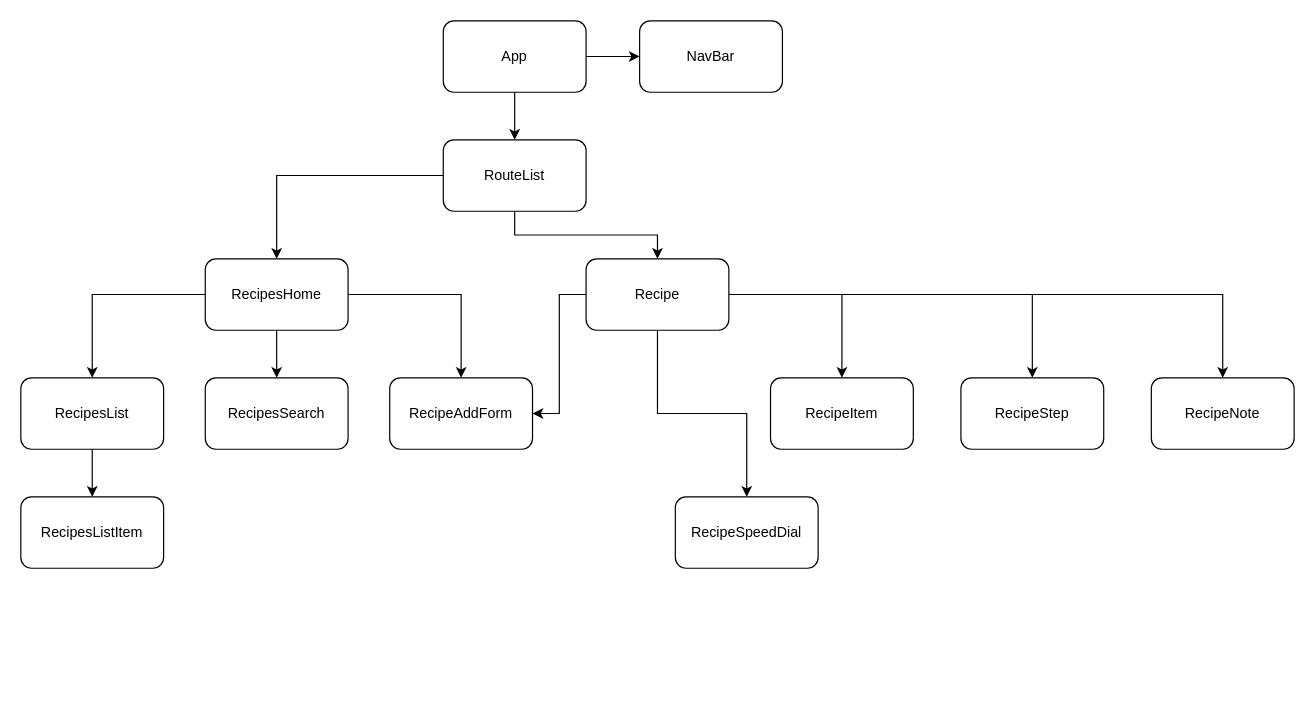
This is Untitled Diagram.drawio from nico-martinucci/recipeats-react, a draw.io file, before an edit. Source tidied: cells renumbered, new cells numbered last; positions are measured from the earlier drawing's top-left corner, leaving out a move shared by most shapes. Both pictures are drawn from the tidied source at 119%, with x=0, y=0 at pixel (20, 20).
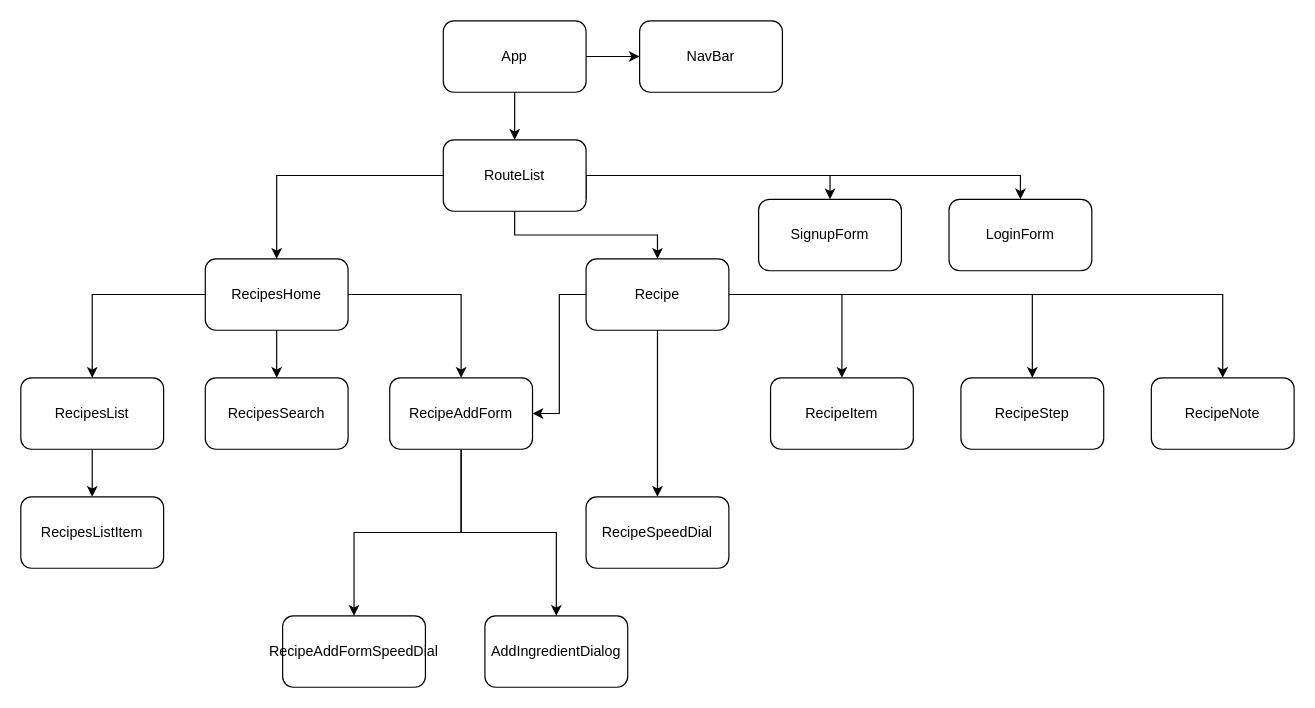
The same diagram, later.

Commit message:
add signup and login form compopnents

Unchanged cells that the change refers to:
```xml
<mxCell id="7" value="RouteList" style="rounded=1;whiteSpace=wrap;html=1;" parent="1" vertex="1">
  <mxGeometry x="355" y="100" width="120" height="60" as="geometry" />
</mxCell>
<mxCell id="21" value="RecipeAddForm" style="rounded=1;whiteSpace=wrap;html=1;" parent="1" vertex="1">
  <mxGeometry x="310" y="300" width="120" height="60" as="geometry" />
</mxCell>
```

What changed in the source:
```diff
@@
+    <mxCell id="28" style="edgeStyle=orthogonalEdgeStyle;rounded=0;jettySize=auto;html=1;entryX=0.5;entryY=0;entryDx=0;entryDy=0;" parent="1" edge="1" source="7" target="34">
+      <mxGeometry relative="1" as="geometry" />
+    </mxCell>
+    <mxCell id="29" style="edgeStyle=orthogonalEdgeStyle;rounded=0;jettySize=auto;html=1;entryX=0.5;entryY=0;entryDx=0;entryDy=0;" parent="1" edge="1" target="35">
+      <mxGeometry relative="1" as="geometry">
+        <mxPoint x="475" y="150" as="sourcePoint" />
+        <Array as="points">
+          <mxPoint x="475" y="130" />
+          <mxPoint x="840" y="130" />
+        </Array>
+      </mxGeometry>
+    </mxCell>
@@
+    <mxCell id="30" style="edgeStyle=orthogonalEdgeStyle;rounded=0;jettySize=auto;html=1;entryX=0.5;entryY=0;entryDx=0;entryDy=0;" parent="1" edge="1" source="21" target="32">
+      <mxGeometry relative="1" as="geometry" />
+    </mxCell>
+    <mxCell id="31" style="edgeStyle=orthogonalEdgeStyle;rounded=0;jettySize=auto;html=1;" parent="1" edge="1" source="21" target="33">
+      <mxGeometry relative="1" as="geometry" />
+    </mxCell>
@@
     <mxCell id="27" value="RecipeSpeedDial" style="rounded=1;whiteSpace=wrap;html=1;" parent="1" vertex="1">
-      <mxGeometry x="550" y="400" width="120" height="60" as="geometry" />
+      <mxGeometry x="475" y="400" width="120" height="60" as="geometry" />
     </mxCell>
+    <mxCell id="32" value="RecipeAddFormSpeedDial" style="rounded=1;whiteSpace=wrap;html=1;" parent="1" vertex="1">
+      <mxGeometry x="220" y="500" width="120" height="60" as="geometry" />
+    </mxCell>
+    <mxCell id="33" value="AddIngredientDialog" style="rounded=1;whiteSpace=wrap;html=1;" parent="1" vertex="1">
+      <mxGeometry x="390" y="500" width="120" height="60" as="geometry" />
+    </mxCell>
+    <mxCell id="34" value="SignupForm" style="rounded=1;whiteSpace=wrap;html=1;" parent="1" vertex="1">
+      <mxGeometry x="620" y="150" width="120" height="60" as="geometry" />
+    </mxCell>
+    <mxCell id="35" value="LoginForm" style="rounded=1;whiteSpace=wrap;html=1;" parent="1" vertex="1">
+      <mxGeometry x="780" y="150" width="120" height="60" as="geometry" />
+    </mxCell>
```
